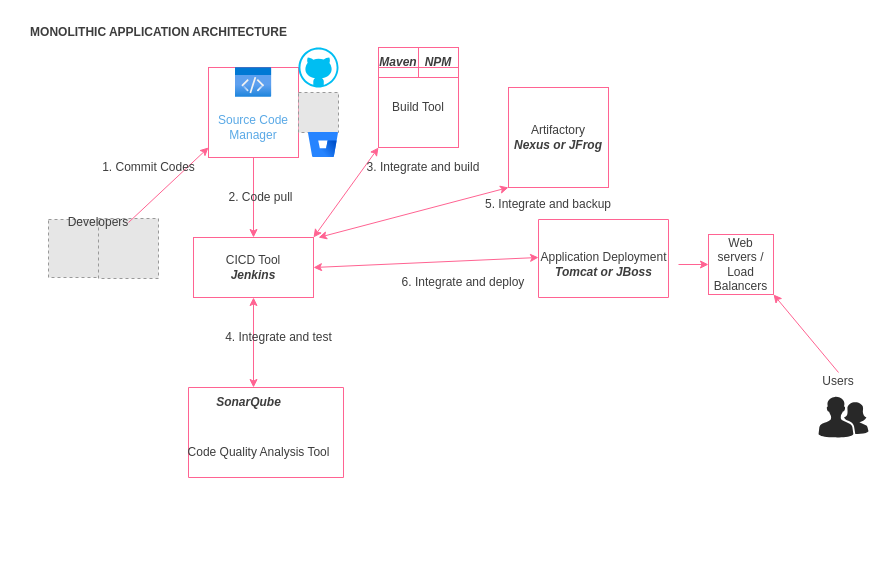
This is Diagrams.drawio from TechDom-Ca/Study_Notes, a draw.io file, before an edit. Source tidied: cells renumbered, new cells numbered last; positions are measured from the earlier drawing's top-left corner, leaving out a move shared by most shapes. Both pictures are drawn from the tidied source at 100%, with x=0, y=0 at pixel (18, 17). Pictures stored in the file or linked from it are replaced by grey dashed boxes.
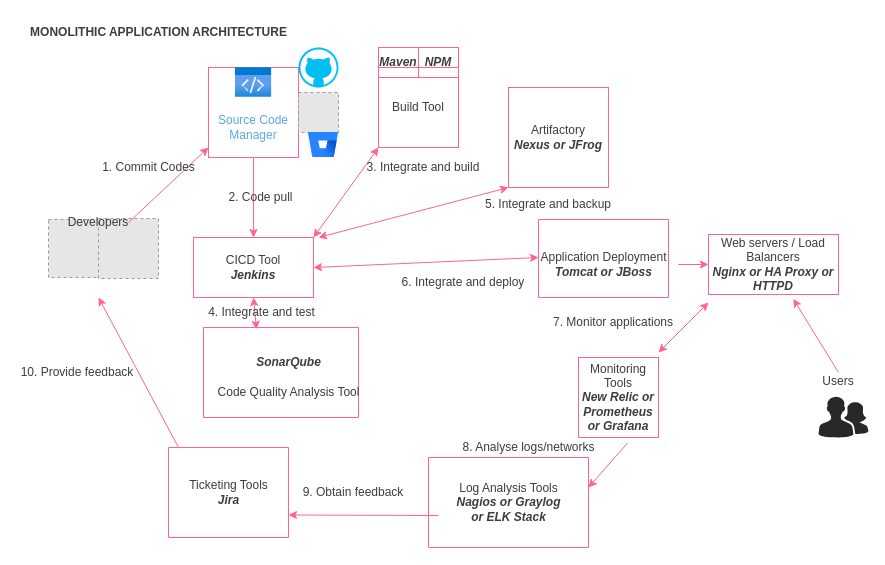
After the change.

The change refers to these unchanged cells:
```xml
<mxCell id="18" value="CICD Tool&lt;br&gt;&lt;b&gt;&lt;i&gt;Jenkins&lt;/i&gt;&lt;/b&gt;" style="whiteSpace=wrap;html=1;strokeColor=#FF6392;fontColor=#3D3D3D;fillColor=none;" parent="1" vertex="1">
  <mxGeometry x="175" y="220" width="120" height="60" as="geometry" />
</mxCell>
```

The edit, as a diff of the source:
```diff
@@
     <mxCell id="22" style="swimlane;startSize=0;strokeColor=#FF6392;fontColor=#3D3D3D;fillColor=none;" parent="1" vertex="1">
-      <mxGeometry x="170" y="370" width="155" height="90" as="geometry" />
+      <mxGeometry x="185" y="310" width="155" height="90" as="geometry" />
     </mxCell>
     <mxCell id="23" value="Code Quality Analysis Tool" style="text;html=1;align=center;verticalAlign=middle;strokeColor=none;fillColor=none;fontColor=#3D3D3D;" parent="22" vertex="1">
-      <mxGeometry x="-15" y="50" width="170" height="30" as="geometry" />
+      <mxGeometry y="50" width="170" height="30" as="geometry" />
     </mxCell>
-    <mxCell id="24" value="&lt;b&gt;&lt;i&gt;SonarQube&lt;/i&gt;&lt;/b&gt;" style="text;html=1;align=center;verticalAlign=middle;strokeColor=none;fillColor=none;fontColor=#3D3D3D;" parent="22" vertex="1">
-      <mxGeometry x="15" width="90" height="30" as="geometry" />
-    </mxCell>
-    <mxCell id="25" style="endArrow=classic;startArrow=classic;html=1;rounded=0;strokeColor=#FF6392;fontColor=#3D3D3D;fillColor=#FFE45E;entryX=0.5;entryY=1;entryDx=0;entryDy=0;" parent="1" edge="1" target="18">
-      <mxGeometry relative="1" as="geometry">
-        <mxPoint x="235" y="370" as="sourcePoint" />
-      </mxGeometry>
+    <mxCell id="25" style="endArrow=classic;startArrow=classic;html=1;rounded=0;strokeColor=#FF6392;fontColor=#3D3D3D;fillColor=#FFE45E;entryX=0.5;entryY=1;entryDx=0;entryDy=0;exitX=0.465;exitY=1.06;exitDx=0;exitDy=0;exitPerimeter=0;" parent="1" edge="1" source="26" target="18">
+      <mxGeometry relative="1" as="geometry" />
     </mxCell>
     <mxCell id="26" value="4. Integrate and test" style="text;html=1;align=center;verticalAlign=middle;points=[];strokeColor=none;fillColor=none;fontColor=#3D3D3D;" parent="1" vertex="1">
-      <mxGeometry x="195" y="305" width="130" height="30" as="geometry" />
+      <mxGeometry x="177.5" y="280" width="130" height="30" as="geometry" />
     </mxCell>
@@
-    <mxCell id="35" value="Web servers / Load Balancers" style="whiteSpace=wrap;html=1;strokeColor=#FF6392;fontColor=#3D3D3D;fillColor=none;" parent="1" vertex="1">
-      <mxGeometry x="690" y="217" width="65" height="60" as="geometry" />
+    <mxCell id="35" value="Web servers / Load Balancers&lt;br&gt;&lt;b&gt;&lt;i&gt;Nginx or HA Proxy or HTTPD&lt;/i&gt;&lt;/b&gt;" style="whiteSpace=wrap;html=1;strokeColor=#FF6392;fontColor=#3D3D3D;fillColor=none;" parent="1" vertex="1">
+      <mxGeometry x="690" y="217" width="130" height="60" as="geometry" />
     </mxCell>
@@
-    <mxCell id="39" style="endArrow=classic;html=1;rounded=0;strokeColor=#FF6392;fontColor=#3D3D3D;fillColor=#FFE45E;entryX=1;entryY=1;entryDx=0;entryDy=0;" parent="1" edge="1" target="35">
+    <mxCell id="39" style="endArrow=classic;html=1;rounded=0;strokeColor=#FF6392;fontColor=#3D3D3D;fillColor=#FFE45E;entryX=0.652;entryY=1.073;entryDx=0;entryDy=0;entryPerimeter=0;" parent="1" edge="1" target="35">
       <mxGeometry relative="1" as="geometry">
         <mxPoint x="820" y="355" as="sourcePoint" />
       </mxGeometry>
     </mxCell>
+    <mxCell id="40" value="Monitoring Tools&lt;br&gt;&lt;b&gt;&lt;i&gt;New Relic or Prometheus or Grafana&lt;/i&gt;&lt;/b&gt;" style="whiteSpace=wrap;html=1;strokeColor=#FF6392;fontColor=#3D3D3D;fillColor=none;" parent="1" vertex="1">
+      <mxGeometry x="560" y="340" width="80" height="80" as="geometry" />
+    </mxCell>
+    <mxCell id="41" style="endArrow=classic;startArrow=classic;html=1;fontFamily=Helvetica;fontSize=11;fontColor=#3D3D3D;align=center;strokeColor=#FF6392;fillColor=#FFE45E;" parent="1" edge="1">
+      <mxGeometry relative="1" as="geometry">
+        <mxPoint x="640" y="335" as="sourcePoint" />
+        <mxPoint x="690" y="285" as="targetPoint" />
+      </mxGeometry>
+    </mxCell>
+    <mxCell id="42" value="7. Monitor applications" style="text;html=1;strokeColor=none;fillColor=none;align=center;verticalAlign=middle;whiteSpace=wrap;rounded=0;fontColor=#3D3D3D;" parent="1" vertex="1">
+      <mxGeometry x="490" y="290" width="210" height="30" as="geometry" />
+    </mxCell>
+    <mxCell id="24" value="&lt;b&gt;&lt;i&gt;SonarQube&lt;/i&gt;&lt;/b&gt;" style="text;html=1;align=center;verticalAlign=middle;strokeColor=none;fillColor=none;fontColor=#3D3D3D;" parent="1" vertex="1">
+      <mxGeometry x="225" y="330" width="90" height="30" as="geometry" />
+    </mxCell>
+    <mxCell id="43" style="swimlane;startSize=0;strokeColor=#FF6392;fontColor=#3D3D3D;fillColor=none;" parent="1" vertex="1">
+      <mxGeometry x="150" y="430" width="120" height="90" as="geometry" />
+    </mxCell>
+    <mxCell id="44" value="Ticketing Tools&lt;br&gt;&lt;b&gt;&lt;i&gt;Jira&lt;/i&gt;&lt;/b&gt;" style="text;html=1;align=center;verticalAlign=middle;strokeColor=none;fillColor=none;fontColor=#3D3D3D;" parent="43" vertex="1">
+      <mxGeometry x="10" y="25" width="100" height="40" as="geometry" />
+    </mxCell>
+    <mxCell id="45" style="endArrow=classic;html=1;rounded=0;strokeColor=#FF6392;fontColor=#3D3D3D;fillColor=#FFE45E;entryX=1;entryY=0.75;entryDx=0;entryDy=0;" parent="1" edge="1" target="43">
+      <mxGeometry relative="1" as="geometry">
+        <mxPoint x="420" y="498" as="sourcePoint" />
+      </mxGeometry>
+    </mxCell>
+    <mxCell id="46" value="9. Obtain feedback" style="text;html=1;strokeColor=none;fillColor=none;align=center;verticalAlign=middle;whiteSpace=wrap;rounded=0;fontColor=#3D3D3D;" parent="1" vertex="1">
+      <mxGeometry x="270" y="460" width="130" height="30" as="geometry" />
+    </mxCell>
+    <mxCell id="47" style="swimlane;startSize=0;strokeColor=#FF6392;fontColor=#3D3D3D;fillColor=none;" parent="1" vertex="1">
+      <mxGeometry x="410" y="440" width="160" height="90" as="geometry" />
+    </mxCell>
+    <mxCell id="48" style="endArrow=classic;html=1;rounded=0;strokeColor=#FF6392;fontColor=#3D3D3D;fillColor=#FFE45E;exitX=0.615;exitY=1.067;exitDx=0;exitDy=0;exitPerimeter=0;" parent="1" edge="1" source="40">
+      <mxGeometry relative="1" as="geometry">
+        <mxPoint x="570" y="470" as="targetPoint" />
+      </mxGeometry>
+    </mxCell>
+    <mxCell id="49" value="Log Analysis Tools&lt;br&gt;&lt;b&gt;&lt;i&gt;Nagios or Graylog &lt;br&gt;or ELK Stack&lt;/i&gt;&lt;/b&gt;" style="text;html=1;align=center;verticalAlign=middle;strokeColor=none;fillColor=none;fontColor=#3D3D3D;" parent="1" vertex="1">
+      <mxGeometry x="425" y="455" width="130" height="60" as="geometry" />
+    </mxCell>
+    <mxCell id="50" value="8. Analyse logs/networks" style="text;html=1;align=center;verticalAlign=middle;strokeColor=none;fillColor=none;fontColor=#3D3D3D;" parent="1" vertex="1">
+      <mxGeometry x="430" y="415" width="160" height="30" as="geometry" />
+    </mxCell>
+    <mxCell id="51" style="endArrow=classic;html=1;rounded=0;strokeColor=#FF6392;fontColor=#3D3D3D;fillColor=#FFE45E;" parent="1" edge="1">
+      <mxGeometry relative="1" as="geometry">
+        <mxPoint x="160" y="430" as="sourcePoint" />
+        <mxPoint x="80" y="280" as="targetPoint" />
+        <Array as="points">
+          <mxPoint x="160" y="430" />
+        </Array>
+      </mxGeometry>
+    </mxCell>
+    <mxCell id="52" value="10. Provide feedback" style="text;html=1;strokeColor=none;fillColor=none;align=center;verticalAlign=middle;whiteSpace=wrap;rounded=0;fontColor=#3D3D3D;" parent="1" vertex="1">
+      <mxGeometry x="-1" y="340" width="120" height="30" as="geometry" />
+    </mxCell>
```
